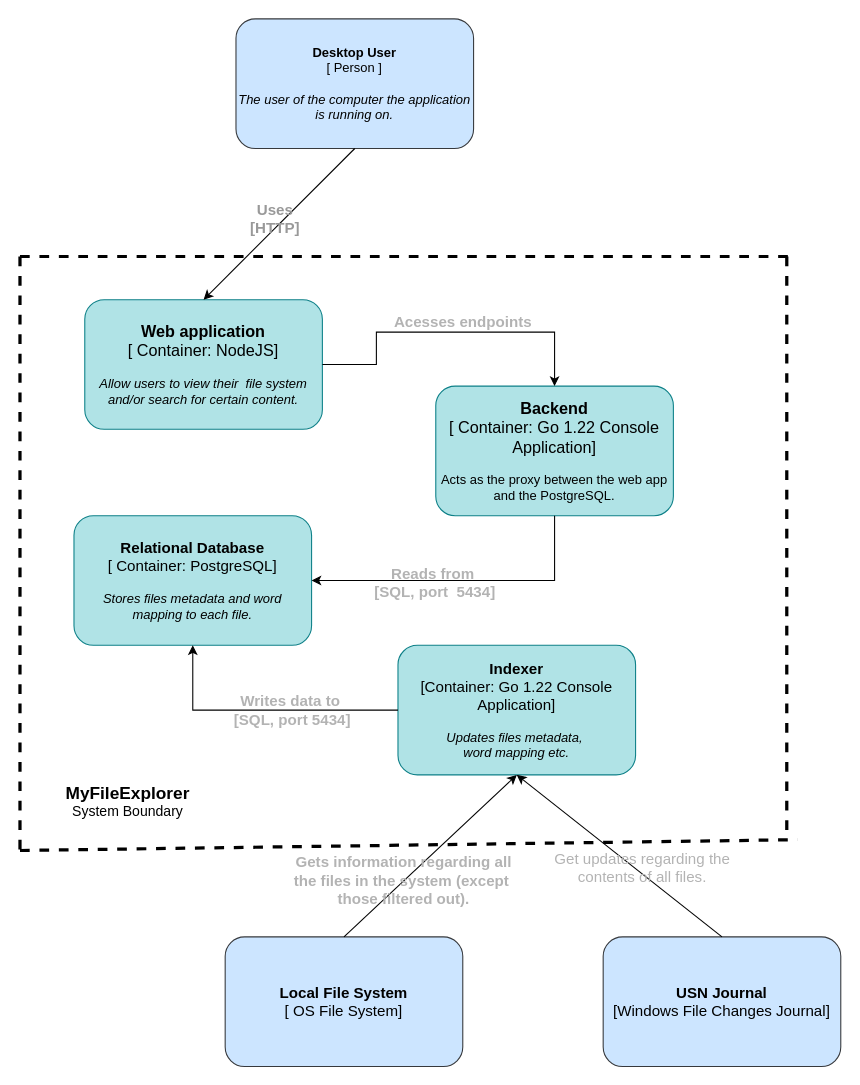
This is docs/containers.drawio from Raul072103/Search-Engine-File-System, a draw.io file, before an edit. Source tidied: cells renumbered, new cells numbered last; positions are measured from the earlier drawing's top-left corner, leaving out a move shared by most shapes. Both pictures are drawn from the tidied source at 108%, with x=0, y=0 at pixel (19, 18).
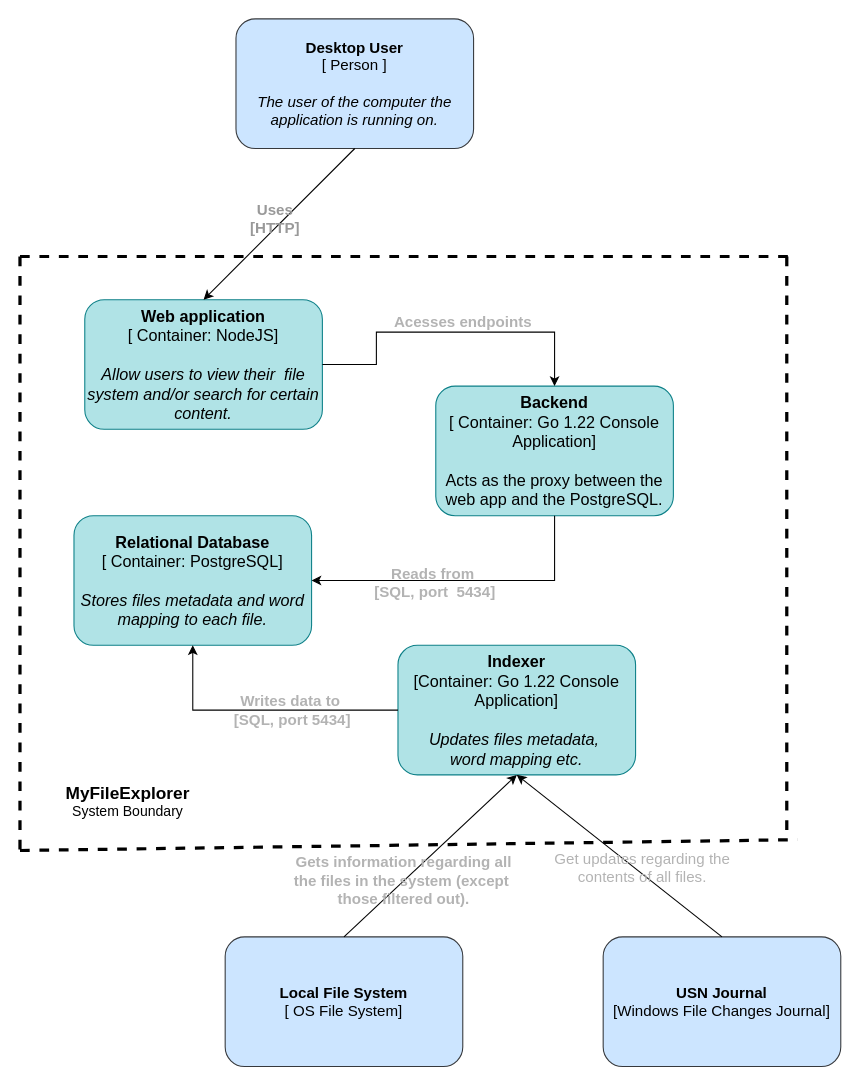
After the change.

Diff of the diagram source:
```diff
@@
-    <mxCell id="2" value="&lt;b style=&quot;font-size: 15px;&quot;&gt;&lt;font style=&quot;font-size: 15px;&quot;&gt;Web application&lt;/font&gt;&lt;/b&gt;&lt;div style=&quot;font-size: 15px;&quot;&gt;[ Container: NodeJS]&lt;/div&gt;&lt;div&gt;&lt;br&gt;&lt;/div&gt;&lt;div&gt;&lt;i&gt;Allow users to view their&amp;nbsp; file system and/or search for certain content.&lt;/i&gt;&lt;/div&gt;" style="rounded=1;whiteSpace=wrap;html=1;fillColor=#b0e3e6;strokeColor=#0e8088;" parent="1" vertex="1">
+    <mxCell id="2" value="&lt;b style=&quot;font-size: 15px;&quot;&gt;&lt;font style=&quot;font-size: 15px;&quot;&gt;Web application&lt;/font&gt;&lt;/b&gt;&lt;div style=&quot;font-size: 15px;&quot;&gt;&lt;font style=&quot;font-size: 15px;&quot;&gt;[ Container: NodeJS]&lt;/font&gt;&lt;/div&gt;&lt;div style=&quot;font-size: 15px;&quot;&gt;&lt;font style=&quot;font-size: 15px;&quot;&gt;&lt;br&gt;&lt;/font&gt;&lt;/div&gt;&lt;div style=&quot;font-size: 15px;&quot;&gt;&lt;i style=&quot;&quot;&gt;&lt;font style=&quot;font-size: 15px;&quot;&gt;Allow users to view their&amp;nbsp; file system and/or search for certain content.&lt;/font&gt;&lt;/i&gt;&lt;/div&gt;" style="rounded=1;whiteSpace=wrap;html=1;fillColor=#b0e3e6;strokeColor=#0e8088;" parent="1" vertex="1">
       <mxGeometry x="60" y="260" width="220" height="120" as="geometry" />
     </mxCell>
-    <mxCell id="3" value="&lt;b&gt;Desktop User&lt;br&gt;&lt;/b&gt;&lt;div&gt;[ Person ]&lt;/div&gt;&lt;div&gt;&lt;br&gt;&lt;/div&gt;&lt;div&gt;&lt;i&gt;The user of the computer the application is running on.&lt;/i&gt;&lt;/div&gt;" style="rounded=1;whiteSpace=wrap;html=1;fillColor=#cce5ff;strokeColor=#36393d;" parent="1" vertex="1">
+    <mxCell id="3" value="&lt;b style=&quot;font-size: 14px;&quot;&gt;&lt;font style=&quot;font-size: 14px;&quot;&gt;Desktop User&lt;br&gt;&lt;/font&gt;&lt;/b&gt;&lt;div style=&quot;font-size: 14px;&quot;&gt;&lt;font style=&quot;font-size: 14px;&quot;&gt;[ Person ]&lt;/font&gt;&lt;/div&gt;&lt;div style=&quot;font-size: 14px;&quot;&gt;&lt;font style=&quot;font-size: 14px;&quot;&gt;&lt;br&gt;&lt;/font&gt;&lt;/div&gt;&lt;div style=&quot;font-size: 14px;&quot;&gt;&lt;i style=&quot;&quot;&gt;&lt;font style=&quot;font-size: 14px;&quot;&gt;The user of the computer the application is running on.&lt;/font&gt;&lt;/i&gt;&lt;/div&gt;" style="rounded=1;whiteSpace=wrap;html=1;fillColor=#cce5ff;strokeColor=#36393d;" parent="1" vertex="1">
       <mxGeometry x="200" width="220" height="120" as="geometry" />
     </mxCell>
@@
-    <mxCell id="6" value="&lt;font style=&quot;font-size: 14px;&quot;&gt;&lt;b style=&quot;&quot;&gt;Relational Database&lt;/b&gt;&lt;br&gt;&lt;/font&gt;&lt;div style=&quot;font-size: 14px;&quot;&gt;[ Container: PostgreSQL]&lt;/div&gt;&lt;div&gt;&lt;br&gt;&lt;/div&gt;&lt;div&gt;&lt;i&gt;Stores files metadata and word&lt;/i&gt;&lt;/div&gt;&lt;div&gt;&lt;i&gt;mapping to each file.&lt;/i&gt;&lt;/div&gt;" style="rounded=1;whiteSpace=wrap;html=1;fillColor=#b0e3e6;strokeColor=#0e8088;" parent="1" vertex="1">
+    <mxCell id="6" value="&lt;font style=&quot;font-size: 15px;&quot;&gt;&lt;b style=&quot;&quot;&gt;Relational Database&lt;/b&gt;&lt;br&gt;&lt;/font&gt;&lt;div style=&quot;font-size: 15px;&quot;&gt;&lt;font style=&quot;font-size: 15px;&quot;&gt;[ Container: PostgreSQL]&lt;/font&gt;&lt;/div&gt;&lt;div style=&quot;font-size: 15px;&quot;&gt;&lt;font style=&quot;font-size: 15px;&quot;&gt;&lt;br&gt;&lt;/font&gt;&lt;/div&gt;&lt;div style=&quot;font-size: 15px;&quot;&gt;&lt;i&gt;&lt;font style=&quot;font-size: 15px;&quot;&gt;Stores files metadata and word&lt;/font&gt;&lt;/i&gt;&lt;/div&gt;&lt;div style=&quot;font-size: 15px;&quot;&gt;&lt;i&gt;&lt;font style=&quot;font-size: 15px;&quot;&gt;mapping to each file.&lt;/font&gt;&lt;/i&gt;&lt;/div&gt;" style="rounded=1;whiteSpace=wrap;html=1;fillColor=#b0e3e6;strokeColor=#0e8088;" parent="1" vertex="1">
       <mxGeometry x="50" y="460" width="220" height="120" as="geometry" />
     </mxCell>
-    <mxCell id="7" value="&lt;span style=&quot;background-color: initial; font-size: 14px;&quot;&gt;&lt;b&gt;Indexer&lt;br&gt;&lt;/b&gt;[Container: Go 1.22 Console&lt;br&gt;Application]&lt;/span&gt;&lt;br&gt;&lt;div&gt;&lt;br&gt;&lt;/div&gt;&lt;div&gt;&lt;i&gt;Updates files metadata,&amp;nbsp;&lt;/i&gt;&lt;/div&gt;&lt;div&gt;&lt;i&gt;word mapping etc.&lt;/i&gt;&lt;/div&gt;" style="rounded=1;whiteSpace=wrap;html=1;fillColor=#b0e3e6;strokeColor=#0e8088;" parent="1" vertex="1">
+    <mxCell id="7" value="&lt;font style=&quot;font-size: 15px;&quot;&gt;&lt;span style=&quot;background-color: initial;&quot;&gt;&lt;b style=&quot;&quot;&gt;Indexer&lt;br&gt;&lt;/b&gt;[Container: Go 1.22 Console&lt;br&gt;Application]&lt;/span&gt;&lt;br&gt;&lt;/font&gt;&lt;div style=&quot;font-size: 15px;&quot;&gt;&lt;font style=&quot;font-size: 15px;&quot;&gt;&lt;br&gt;&lt;/font&gt;&lt;/div&gt;&lt;div style=&quot;font-size: 15px;&quot;&gt;&lt;i&gt;&lt;font style=&quot;font-size: 15px;&quot;&gt;Updates files metadata,&amp;nbsp;&lt;/font&gt;&lt;/i&gt;&lt;/div&gt;&lt;div style=&quot;font-size: 15px;&quot;&gt;&lt;i&gt;&lt;font style=&quot;font-size: 15px;&quot;&gt;word mapping etc.&lt;/font&gt;&lt;/i&gt;&lt;/div&gt;" style="rounded=1;whiteSpace=wrap;html=1;fillColor=#b0e3e6;strokeColor=#0e8088;" parent="1" vertex="1">
       <mxGeometry x="350" y="580" width="220" height="120" as="geometry" />
     </mxCell>
@@
-    <mxCell id="21" value="&lt;span style=&quot;font-size: 15px; background-color: initial;&quot;&gt;&lt;b&gt;Backend&lt;br&gt;&lt;/b&gt;[ Container: Go 1.22 Console&lt;br&gt;Application]&lt;/span&gt;&lt;br&gt;&lt;div&gt;&lt;br&gt;Acts as the proxy between the web app and the PostgreSQL.&lt;/div&gt;" style="rounded=1;whiteSpace=wrap;html=1;fillColor=#b0e3e6;strokeColor=#0e8088;" parent="1" vertex="1">
+    <mxCell id="21" value="&lt;font style=&quot;font-size: 15px;&quot;&gt;&lt;span style=&quot;background-color: initial;&quot;&gt;&lt;b style=&quot;&quot;&gt;Backend&lt;br&gt;&lt;/b&gt;[ Container: Go 1.22 Console&lt;br&gt;Application]&lt;/span&gt;&lt;br&gt;&lt;/font&gt;&lt;div style=&quot;font-size: 15px;&quot;&gt;&lt;font style=&quot;font-size: 15px;&quot;&gt;&lt;br&gt;Acts as the proxy between the web app and the PostgreSQL.&lt;/font&gt;&lt;/div&gt;" style="rounded=1;whiteSpace=wrap;html=1;fillColor=#b0e3e6;strokeColor=#0e8088;" parent="1" vertex="1">
       <mxGeometry x="385" y="340" width="220" height="120" as="geometry" />
     </mxCell>
```
